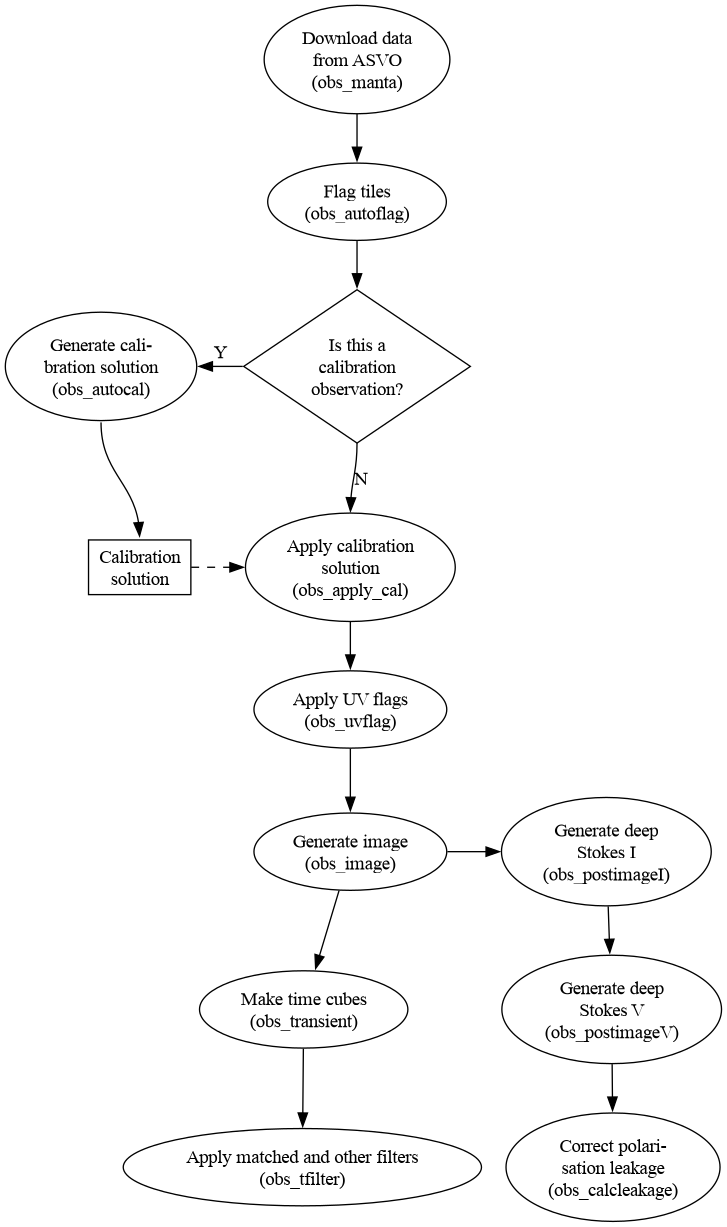
The Graphviz diagram doc/images/processing_pipeline_overview.png in robotopia/MWA-Galactic-Plane-Monitoring, before a commit. Its source is kept beside it as doc/images/processing_pipeline_overview.dot.
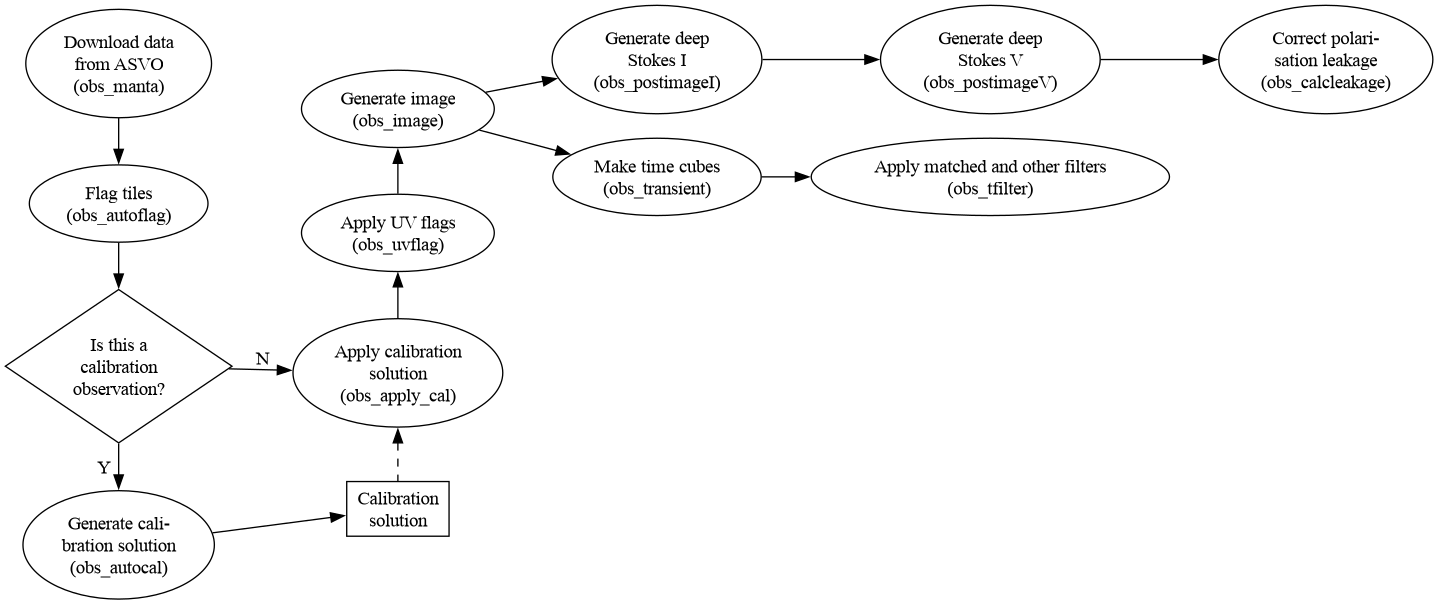
The same file after the commit.

Commit message:
Updated processing flowchart again

Change to the diagram source:
```diff
@@ -1,4 +1,5 @@
 digraph G {
+  rankdir="LR";
   is_cal [shape=diamond; label="Is this a\ncalibration\nobservation?"];
   postimageI [label="postimage-I"];
   postimageV [label="postimage-V"];
@@ -16,14 +17,16 @@
   tfilter [label="Apply matched and other filters\n(obs_tfilter)"];
 
   manta -> autoflag -> is_cal;
-  autocal -> is_cal [dir=back; label="Y"];
-  autocal:s -> calsol:n;
-  apply_cal -> uvflag -> image -> transient -> tfilter;
+  is_cal -> autocal [label="Y"];
+  autocal -> calsol;
+  image -> uvflag [dir=back];
+  uvflag -> apply_cal [dir=back];
+  image -> transient -> tfilter;
   image -> postimageI -> postimageV -> calc_leakage;
-  calsol -> apply_cal [style=dashed];
-  is_cal:s -> apply_cal:n [label="N"];
+  apply_cal -> calsol [dir=back; style=dashed];
+  is_cal -> apply_cal [label="N"];
 
-  {rank="same"; apply_cal; calsol;}
-  {rank="same"; is_cal; autocal;}
-  {rank="same"; image; postimageI;}
+  {rank="same"; manta; autoflag; is_cal; autocal;}
+  {rank="same"; apply_cal; calsol; uvflag; image;}
+  {rank="same"; postimageI; transient;}
 }
```
